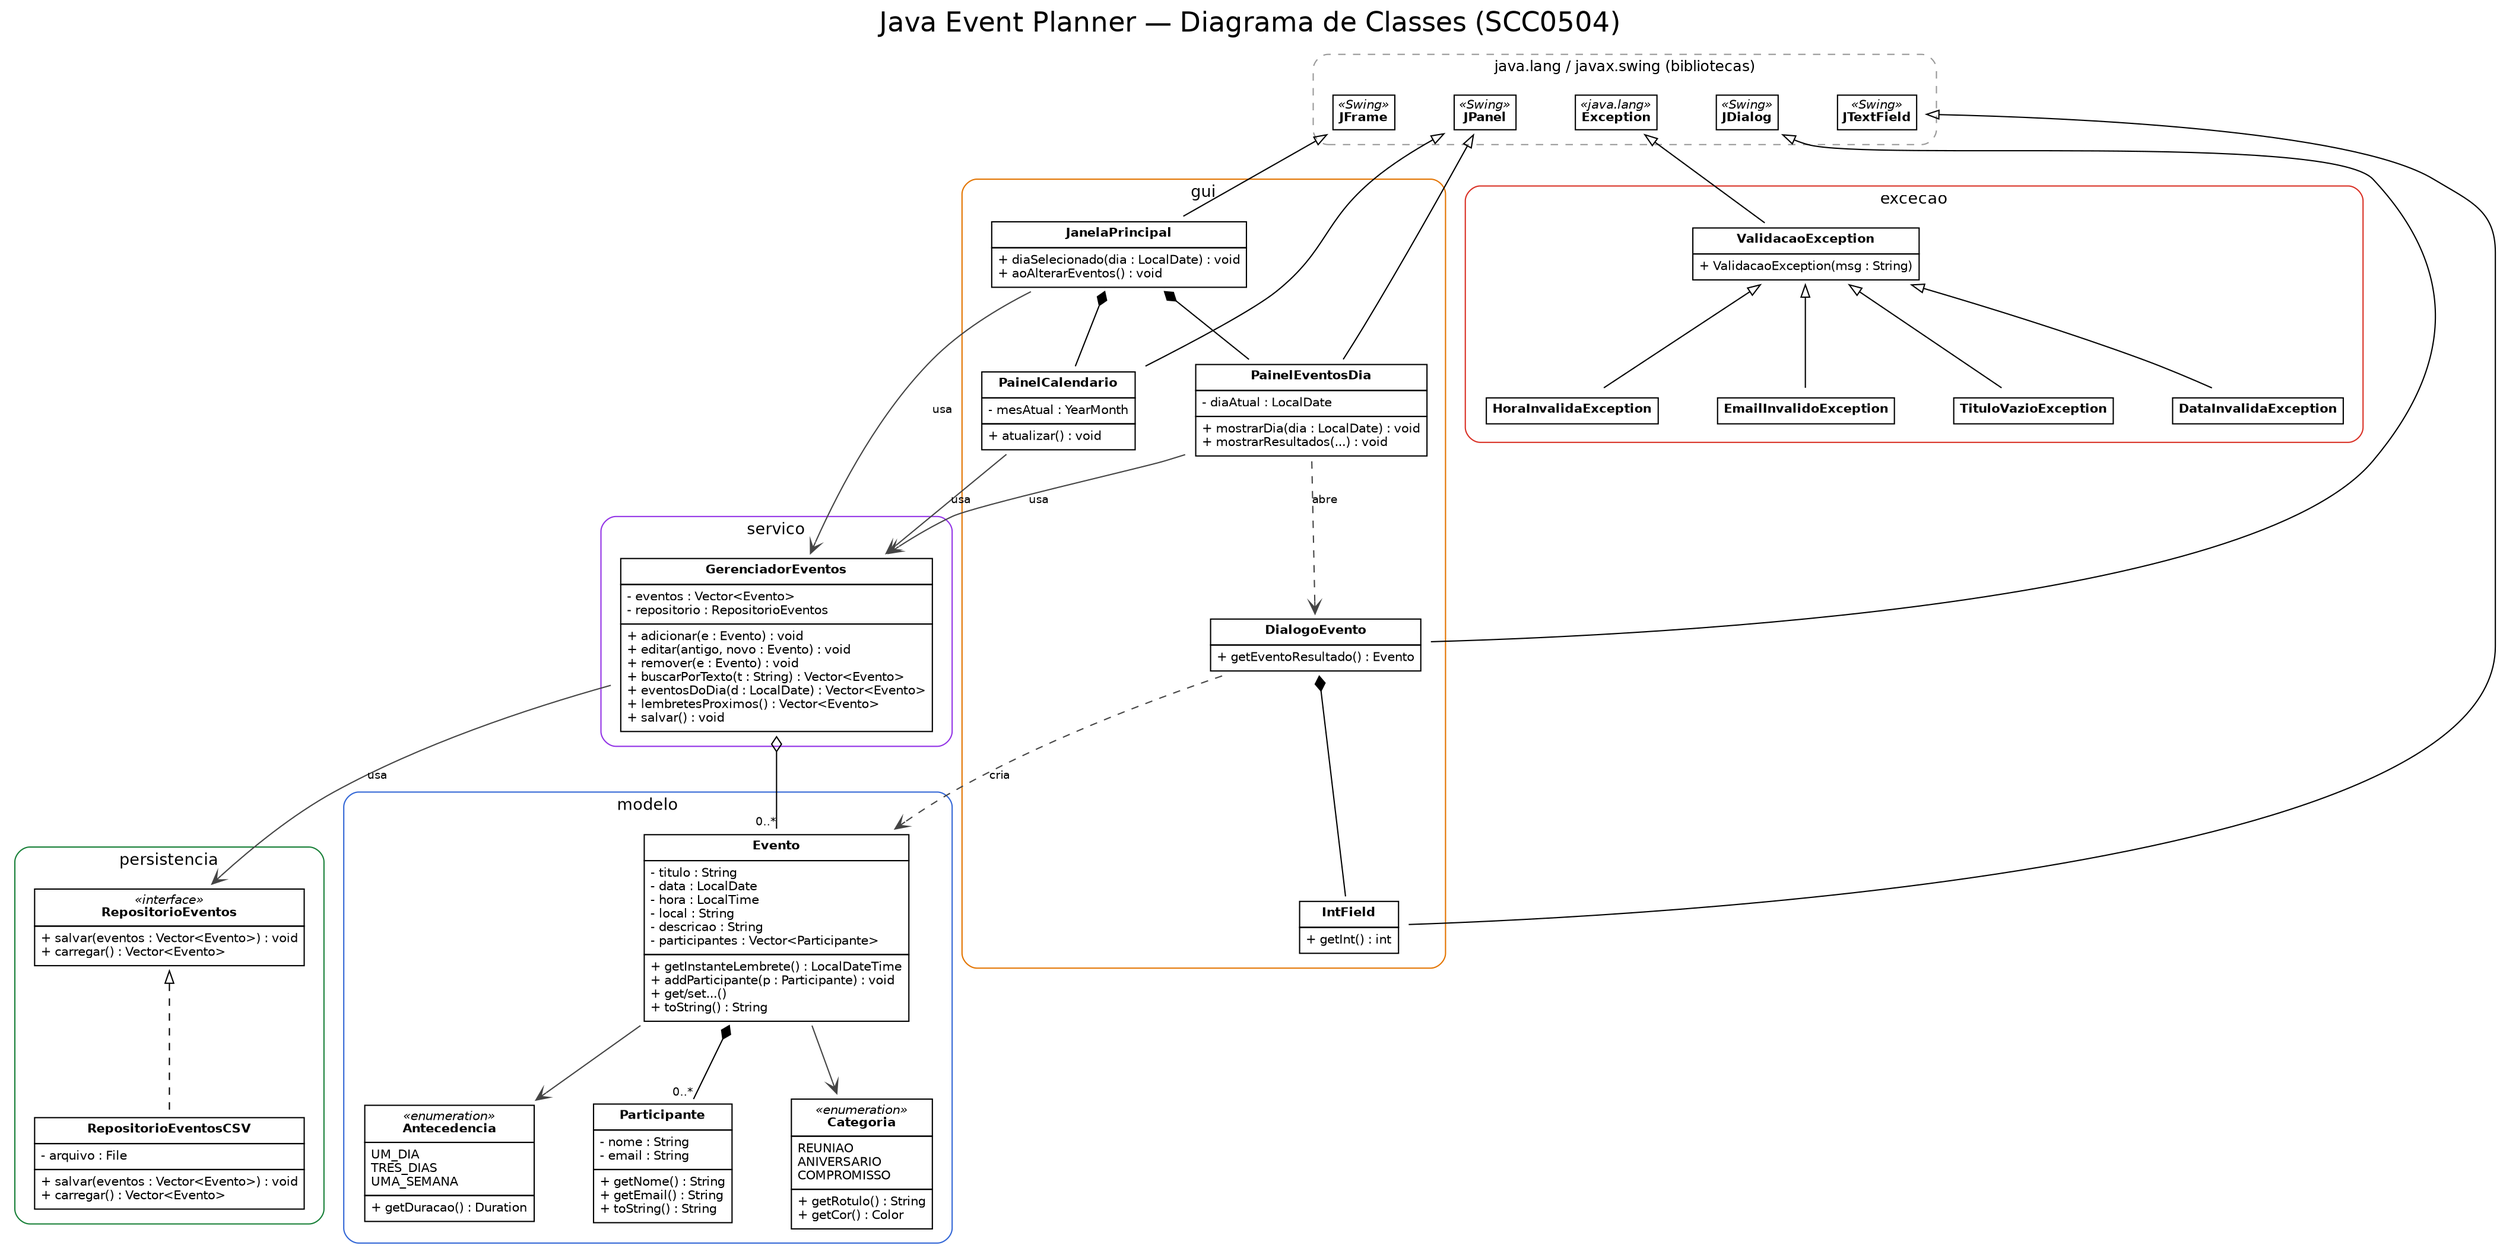
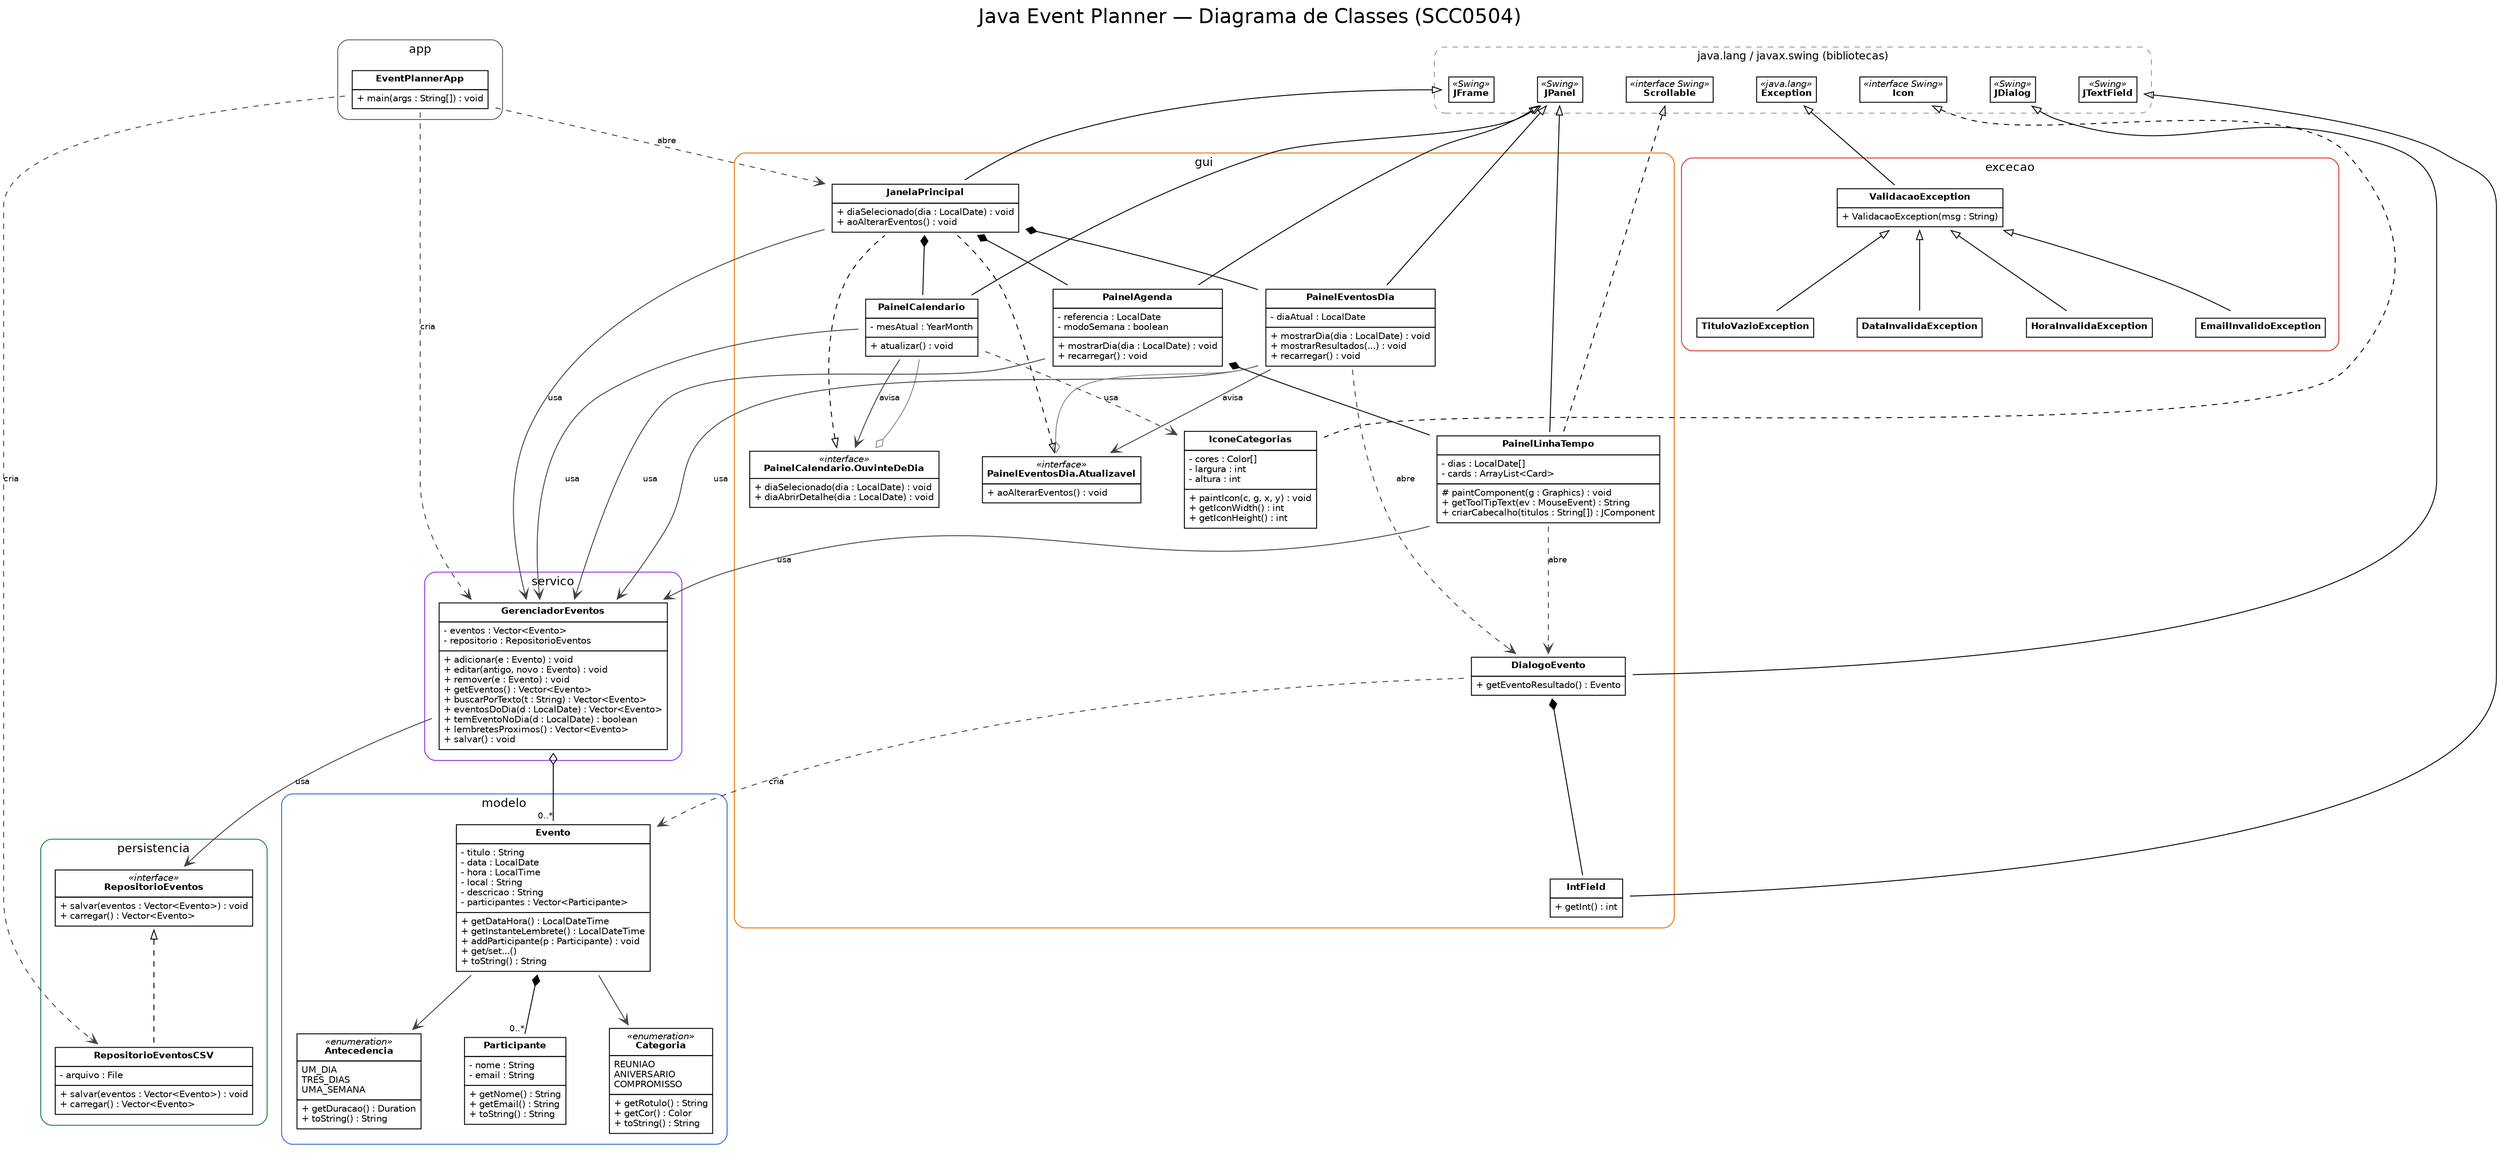
// =====================================================================
// Java Event Planner — Diagrama de Classes (SCC0504, versao Compacta)
// Notacao UML no formato das aulas: caixa de 3 compartimentos
// (nome / atributos / metodos), + publico, - privado,
// tipo apos os dois-pontos; heranca = triangulo vazado;
// realizacao (implements) = triangulo vazado tracejado;
// composicao = losango cheio; agregacao = losango vazado;
// associacao/uso = seta aberta.
//
// Render:  dot -Tpng diagrama_classes.dot -o diagrama_classes.png
//          dot -Tsvg diagrama_classes.dot -o diagrama_classes.svg
// =====================================================================
digraph EventPlanner {
  graph [rankdir=TB, fontname="Helvetica", fontsize=22, labelloc=t,
         label="Java Event Planner — Diagrama de Classes (SCC0504)", nodesep=0.45, ranksep=0.75];
  node  [shape=plaintext, fontname="Helvetica", fontsize=10];
  edge  [fontname="Helvetica", fontsize=9];

  // ----------------------------------------------------------------
  // Bibliotecas do Java (apenas para mostrar a heranca de Swing)
  // ----------------------------------------------------------------
  subgraph cluster_lib {
    label="java.lang / javax.swing (bibliotecas)"; style="rounded,dashed"; color="gray60"; fontsize=12;
    JFrame     [label=<<TABLE BORDER="0" CELLBORDER="1" CELLSPACING="0" CELLPADDING="3"><TR><TD><I>«Swing»</I><BR/><B>JFrame</B></TD></TR></TABLE>>];
    JPanel     [label=<<TABLE BORDER="0" CELLBORDER="1" CELLSPACING="0" CELLPADDING="3"><TR><TD><I>«Swing»</I><BR/><B>JPanel</B></TD></TR></TABLE>>];
    JDialog    [label=<<TABLE BORDER="0" CELLBORDER="1" CELLSPACING="0" CELLPADDING="3"><TR><TD><I>«Swing»</I><BR/><B>JDialog</B></TD></TR></TABLE>>];
    JTextField [label=<<TABLE BORDER="0" CELLBORDER="1" CELLSPACING="0" CELLPADDING="3"><TR><TD><I>«Swing»</I><BR/><B>JTextField</B></TD></TR></TABLE>>];
+     Scrollable [label=<<TABLE BORDER="0" CELLBORDER="1" CELLSPACING="0" CELLPADDING="3"><TR><TD><I>«interface Swing»</I><BR/><B>Scrollable</B></TD></TR></TABLE>>];
+     Icon       [label=<<TABLE BORDER="0" CELLBORDER="1" CELLSPACING="0" CELLPADDING="3"><TR><TD><I>«interface Swing»</I><BR/><B>Icon</B></TD></TR></TABLE>>];
    Exception  [label=<<TABLE BORDER="0" CELLBORDER="1" CELLSPACING="0" CELLPADDING="3"><TR><TD><I>«java.lang»</I><BR/><B>Exception</B></TD></TR></TABLE>>];
+   }
+ 
+   // ----------------------------------------------------------------
+   // Pacote app (ponto de entrada)
+   // ----------------------------------------------------------------
+   subgraph cluster_app {
+     label="app"; style="rounded"; color="#5f6368"; fontsize=13;
+ 
+     EventPlannerApp [label=<
+       <TABLE BORDER="0" CELLBORDER="1" CELLSPACING="0" CELLPADDING="4">
+         <TR><TD><B>EventPlannerApp</B></TD></TR>
+         <TR><TD ALIGN="LEFT" BALIGN="LEFT">+ main(args : String[]) : void</TD></TR>
+       </TABLE>>];
  }

  // ----------------------------------------------------------------
  // Pacote modelo
  // ----------------------------------------------------------------
  subgraph cluster_modelo {
    label="modelo"; style="rounded"; color="#3367d6"; fontsize=13;

    Evento [label=<
      <TABLE BORDER="0" CELLBORDER="1" CELLSPACING="0" CELLPADDING="4">
        <TR><TD><B>Evento</B></TD></TR>
        <TR><TD ALIGN="LEFT" BALIGN="LEFT">- titulo : String<BR/>- data : LocalDate<BR/>- hora : LocalTime<BR/>- local : String<BR/>- descricao : String<BR/>- participantes : Vector&lt;Participante&gt;</TD></TR>
-         <TR><TD ALIGN="LEFT" BALIGN="LEFT">+ getInstanteLembrete() : LocalDateTime<BR/>+ addParticipante(p : Participante) : void<BR/>+ get/set...()<BR/>+ toString() : String</TD></TR>
+         <TR><TD ALIGN="LEFT" BALIGN="LEFT">+ getDataHora() : LocalDateTime<BR/>+ getInstanteLembrete() : LocalDateTime<BR/>+ addParticipante(p : Participante) : void<BR/>+ get/set...()<BR/>+ toString() : String</TD></TR>
      </TABLE>>];

    Participante [label=<
      <TABLE BORDER="0" CELLBORDER="1" CELLSPACING="0" CELLPADDING="4">
        <TR><TD><B>Participante</B></TD></TR>
        <TR><TD ALIGN="LEFT" BALIGN="LEFT">- nome : String<BR/>- email : String</TD></TR>
        <TR><TD ALIGN="LEFT" BALIGN="LEFT">+ getNome() : String<BR/>+ getEmail() : String<BR/>+ toString() : String</TD></TR>
      </TABLE>>];

    Categoria [label=<
      <TABLE BORDER="0" CELLBORDER="1" CELLSPACING="0" CELLPADDING="4">
        <TR><TD><I>«enumeration»</I><BR/><B>Categoria</B></TD></TR>
        <TR><TD ALIGN="LEFT" BALIGN="LEFT">REUNIAO<BR/>ANIVERSARIO<BR/>COMPROMISSO</TD></TR>
-         <TR><TD ALIGN="LEFT" BALIGN="LEFT">+ getRotulo() : String<BR/>+ getCor() : Color</TD></TR>
+         <TR><TD ALIGN="LEFT" BALIGN="LEFT">+ getRotulo() : String<BR/>+ getCor() : Color<BR/>+ toString() : String</TD></TR>
      </TABLE>>];

    Antecedencia [label=<
      <TABLE BORDER="0" CELLBORDER="1" CELLSPACING="0" CELLPADDING="4">
        <TR><TD><I>«enumeration»</I><BR/><B>Antecedencia</B></TD></TR>
        <TR><TD ALIGN="LEFT" BALIGN="LEFT">UM_DIA<BR/>TRES_DIAS<BR/>UMA_SEMANA</TD></TR>
-         <TR><TD ALIGN="LEFT" BALIGN="LEFT">+ getDuracao() : Duration</TD></TR>
+         <TR><TD ALIGN="LEFT" BALIGN="LEFT">+ getDuracao() : Duration<BR/>+ toString() : String</TD></TR>
      </TABLE>>];
  }

  // ----------------------------------------------------------------
  // Pacote excecao
  // ----------------------------------------------------------------
  subgraph cluster_excecao {
    label="excecao"; style="rounded"; color="#d93025"; fontsize=13;

    ValidacaoException [label=<
      <TABLE BORDER="0" CELLBORDER="1" CELLSPACING="0" CELLPADDING="4">
        <TR><TD><B>ValidacaoException</B></TD></TR>
        <TR><TD ALIGN="LEFT" BALIGN="LEFT">+ ValidacaoException(msg : String)</TD></TR>
      </TABLE>>];
    TituloVazioException   [label=<<TABLE BORDER="0" CELLBORDER="1" CELLSPACING="0" CELLPADDING="4"><TR><TD><B>TituloVazioException</B></TD></TR></TABLE>>];
    DataInvalidaException  [label=<<TABLE BORDER="0" CELLBORDER="1" CELLSPACING="0" CELLPADDING="4"><TR><TD><B>DataInvalidaException</B></TD></TR></TABLE>>];
    HoraInvalidaException  [label=<<TABLE BORDER="0" CELLBORDER="1" CELLSPACING="0" CELLPADDING="4"><TR><TD><B>HoraInvalidaException</B></TD></TR></TABLE>>];
    EmailInvalidoException [label=<<TABLE BORDER="0" CELLBORDER="1" CELLSPACING="0" CELLPADDING="4"><TR><TD><B>EmailInvalidoException</B></TD></TR></TABLE>>];
  }

  // ----------------------------------------------------------------
  // Pacote persistencia
  // ----------------------------------------------------------------
  subgraph cluster_persistencia {
    label="persistencia"; style="rounded"; color="#188038"; fontsize=13;

    RepositorioEventos [label=<
      <TABLE BORDER="0" CELLBORDER="1" CELLSPACING="0" CELLPADDING="4">
        <TR><TD><I>«interface»</I><BR/><B>RepositorioEventos</B></TD></TR>
        <TR><TD ALIGN="LEFT" BALIGN="LEFT">+ salvar(eventos : Vector&lt;Evento&gt;) : void<BR/>+ carregar() : Vector&lt;Evento&gt;</TD></TR>
      </TABLE>>];

    RepositorioEventosCSV [label=<
      <TABLE BORDER="0" CELLBORDER="1" CELLSPACING="0" CELLPADDING="4">
        <TR><TD><B>RepositorioEventosCSV</B></TD></TR>
        <TR><TD ALIGN="LEFT" BALIGN="LEFT">- arquivo : File</TD></TR>
        <TR><TD ALIGN="LEFT" BALIGN="LEFT">+ salvar(eventos : Vector&lt;Evento&gt;) : void<BR/>+ carregar() : Vector&lt;Evento&gt;</TD></TR>
      </TABLE>>];
  }

  // ----------------------------------------------------------------
  // Pacote servico
  // ----------------------------------------------------------------
  subgraph cluster_servico {
    label="servico"; style="rounded"; color="#9334e6"; fontsize=13;

    GerenciadorEventos [label=<
      <TABLE BORDER="0" CELLBORDER="1" CELLSPACING="0" CELLPADDING="4">
        <TR><TD><B>GerenciadorEventos</B></TD></TR>
        <TR><TD ALIGN="LEFT" BALIGN="LEFT">- eventos : Vector&lt;Evento&gt;<BR/>- repositorio : RepositorioEventos</TD></TR>
-         <TR><TD ALIGN="LEFT" BALIGN="LEFT">+ adicionar(e : Evento) : void<BR/>+ editar(antigo, novo : Evento) : void<BR/>+ remover(e : Evento) : void<BR/>+ buscarPorTexto(t : String) : Vector&lt;Evento&gt;<BR/>+ eventosDoDia(d : LocalDate) : Vector&lt;Evento&gt;<BR/>+ lembretesProximos() : Vector&lt;Evento&gt;<BR/>+ salvar() : void</TD></TR>
+         <TR><TD ALIGN="LEFT" BALIGN="LEFT">+ adicionar(e : Evento) : void<BR/>+ editar(antigo, novo : Evento) : void<BR/>+ remover(e : Evento) : void<BR/>+ getEventos() : Vector&lt;Evento&gt;<BR/>+ buscarPorTexto(t : String) : Vector&lt;Evento&gt;<BR/>+ eventosDoDia(d : LocalDate) : Vector&lt;Evento&gt;<BR/>+ temEventoNoDia(d : LocalDate) : boolean<BR/>+ lembretesProximos() : Vector&lt;Evento&gt;<BR/>+ salvar() : void</TD></TR>
      </TABLE>>];
  }

  // ----------------------------------------------------------------
  // Pacote gui
  // ----------------------------------------------------------------
  subgraph cluster_gui {
    label="gui"; style="rounded"; color="#e37400"; fontsize=13;

    JanelaPrincipal [label=<
      <TABLE BORDER="0" CELLBORDER="1" CELLSPACING="0" CELLPADDING="4">
        <TR><TD><B>JanelaPrincipal</B></TD></TR>
        <TR><TD ALIGN="LEFT" BALIGN="LEFT">+ diaSelecionado(dia : LocalDate) : void<BR/>+ aoAlterarEventos() : void</TD></TR>
      </TABLE>>];
    PainelCalendario [label=<
      <TABLE BORDER="0" CELLBORDER="1" CELLSPACING="0" CELLPADDING="4">
        <TR><TD><B>PainelCalendario</B></TD></TR>
        <TR><TD ALIGN="LEFT" BALIGN="LEFT">- mesAtual : YearMonth</TD></TR>
        <TR><TD ALIGN="LEFT" BALIGN="LEFT">+ atualizar() : void</TD></TR>
      </TABLE>>];
+     OuvinteDeDia [label=<
+       <TABLE BORDER="0" CELLBORDER="1" CELLSPACING="0" CELLPADDING="4">
+         <TR><TD><I>«interface»</I><BR/><B>PainelCalendario.OuvinteDeDia</B></TD></TR>
+         <TR><TD ALIGN="LEFT" BALIGN="LEFT">+ diaSelecionado(dia : LocalDate) : void<BR/>+ diaAbrirDetalhe(dia : LocalDate) : void</TD></TR>
+       </TABLE>>];
    PainelEventosDia [label=<
      <TABLE BORDER="0" CELLBORDER="1" CELLSPACING="0" CELLPADDING="4">
        <TR><TD><B>PainelEventosDia</B></TD></TR>
        <TR><TD ALIGN="LEFT" BALIGN="LEFT">- diaAtual : LocalDate</TD></TR>
-         <TR><TD ALIGN="LEFT" BALIGN="LEFT">+ mostrarDia(dia : LocalDate) : void<BR/>+ mostrarResultados(...) : void</TD></TR>
+         <TR><TD ALIGN="LEFT" BALIGN="LEFT">+ mostrarDia(dia : LocalDate) : void<BR/>+ mostrarResultados(...) : void<BR/>+ recarregar() : void</TD></TR>
+       </TABLE>>];
+     Atualizavel [label=<
+       <TABLE BORDER="0" CELLBORDER="1" CELLSPACING="0" CELLPADDING="4">
+         <TR><TD><I>«interface»</I><BR/><B>PainelEventosDia.Atualizavel</B></TD></TR>
+         <TR><TD ALIGN="LEFT" BALIGN="LEFT">+ aoAlterarEventos() : void</TD></TR>
+       </TABLE>>];
+     PainelAgenda [label=<
+       <TABLE BORDER="0" CELLBORDER="1" CELLSPACING="0" CELLPADDING="4">
+         <TR><TD><B>PainelAgenda</B></TD></TR>
+         <TR><TD ALIGN="LEFT" BALIGN="LEFT">- referencia : LocalDate<BR/>- modoSemana : boolean</TD></TR>
+         <TR><TD ALIGN="LEFT" BALIGN="LEFT">+ mostrarDia(dia : LocalDate) : void<BR/>+ recarregar() : void</TD></TR>
+       </TABLE>>];
+     PainelLinhaTempo [label=<
+       <TABLE BORDER="0" CELLBORDER="1" CELLSPACING="0" CELLPADDING="4">
+         <TR><TD><B>PainelLinhaTempo</B></TD></TR>
+         <TR><TD ALIGN="LEFT" BALIGN="LEFT">- dias : LocalDate[]<BR/>- cards : ArrayList&lt;Card&gt;</TD></TR>
+         <TR><TD ALIGN="LEFT" BALIGN="LEFT"># paintComponent(g : Graphics) : void<BR/>+ getToolTipText(ev : MouseEvent) : String<BR/>+ criarCabecalho(titulos : String[]) : JComponent</TD></TR>
+       </TABLE>>];
+     IconeCategorias [label=<
+       <TABLE BORDER="0" CELLBORDER="1" CELLSPACING="0" CELLPADDING="4">
+         <TR><TD><B>IconeCategorias</B></TD></TR>
+         <TR><TD ALIGN="LEFT" BALIGN="LEFT">- cores : Color[]<BR/>- largura : int<BR/>- altura : int</TD></TR>
+         <TR><TD ALIGN="LEFT" BALIGN="LEFT">+ paintIcon(c, g, x, y) : void<BR/>+ getIconWidth() : int<BR/>+ getIconHeight() : int</TD></TR>
      </TABLE>>];
    DialogoEvento [label=<
      <TABLE BORDER="0" CELLBORDER="1" CELLSPACING="0" CELLPADDING="4">
        <TR><TD><B>DialogoEvento</B></TD></TR>
        <TR><TD ALIGN="LEFT" BALIGN="LEFT">+ getEventoResultado() : Evento</TD></TR>
      </TABLE>>];
    IntField [label=<
      <TABLE BORDER="0" CELLBORDER="1" CELLSPACING="0" CELLPADDING="4">
        <TR><TD><B>IntField</B></TD></TR>
        <TR><TD ALIGN="LEFT" BALIGN="LEFT">+ getInt() : int</TD></TR>
      </TABLE>>];
  }

  // ================================================================
  // RELACIONAMENTOS
  // ================================================================

  // ---- Heranca (triangulo vazado): subclasse --|> superclasse ----
  edge [dir=back, arrowtail=empty, style=solid, color="black"];
  JFrame     -> JanelaPrincipal;
  JPanel     -> PainelCalendario;
  JPanel     -> PainelEventosDia;
+   JPanel     -> PainelAgenda;
+   JPanel     -> PainelLinhaTempo;
  JDialog    -> DialogoEvento;
  JTextField -> IntField;
  Exception          -> ValidacaoException;
  ValidacaoException -> TituloVazioException;
  ValidacaoException -> DataInvalidaException;
  ValidacaoException -> HoraInvalidaException;
  ValidacaoException -> EmailInvalidoException;

  // ---- Realizacao / implements (triangulo vazado tracejado) ----
  edge [dir=back, arrowtail=empty, style=dashed, color="black"];
  RepositorioEventos -> RepositorioEventosCSV;
+   Scrollable         -> PainelLinhaTempo;
+   Icon               -> IconeCategorias;
+   OuvinteDeDia       -> JanelaPrincipal;
+   Atualizavel        -> JanelaPrincipal;
+ 
+   // ---- Classe aninhada (interfaces-papel internas) ----
+   edge [dir=forward, arrowhead=odiamond, style=solid, color="#888888"];
+   PainelCalendario -> OuvinteDeDia;
+   PainelEventosDia -> Atualizavel;

  // ---- Composicao (losango cheio no "todo") ----
-   edge [dir=back, arrowtail=diamond, style=solid, color="black"];
+   edge [dir=back, arrowtail=diamond, arrowhead=none, style=solid, color="black"];
  Evento          -> Participante      [headlabel="0..*"];
  JanelaPrincipal -> PainelCalendario;
  JanelaPrincipal -> PainelEventosDia;
+   JanelaPrincipal -> PainelAgenda;
+   PainelAgenda    -> PainelLinhaTempo;
  DialogoEvento   -> IntField;

  // ---- Agregacao (losango vazado): Gerenciador o-- Evento ----
-   edge [dir=back, arrowtail=odiamond, style=solid, color="black"];
+   edge [dir=back, arrowtail=odiamond, arrowhead=none, style=solid, color="black"];
  GerenciadorEventos -> Evento [headlabel="0..*"];

  // ---- Associacao / uso (seta aberta) ----
  edge [dir=forward, arrowhead=vee, arrowtail=none, style=solid, color="#444444"];
  Evento             -> Categoria;
  Evento             -> Antecedencia;
  GerenciadorEventos -> RepositorioEventos [label="usa"];
  JanelaPrincipal    -> GerenciadorEventos [label="usa"];
  PainelCalendario   -> GerenciadorEventos [label="usa"];
  PainelEventosDia   -> GerenciadorEventos [label="usa"];
+   PainelAgenda       -> GerenciadorEventos [label="usa"];
+   PainelLinhaTempo   -> GerenciadorEventos [label="usa"];
+   PainelCalendario   -> OuvinteDeDia       [label="avisa"];
+   PainelEventosDia   -> Atualizavel        [label="avisa"];

  // ---- Dependencia (tracejada): cria / abre ----
  edge [dir=forward, arrowhead=vee, style=dashed, color="#444444"];
-   PainelEventosDia -> DialogoEvento [label="abre"];
-   DialogoEvento    -> Evento        [label="cria"];
+   EventPlannerApp  -> RepositorioEventosCSV [label="cria"];
+   EventPlannerApp  -> GerenciadorEventos    [label="cria"];
+   EventPlannerApp  -> JanelaPrincipal       [label="abre"];
+   PainelCalendario -> IconeCategorias       [label="usa"];
+   PainelEventosDia -> DialogoEvento         [label="abre"];
+   PainelLinhaTempo -> DialogoEvento         [label="abre"];
+   DialogoEvento    -> Evento                [label="cria"];
}
